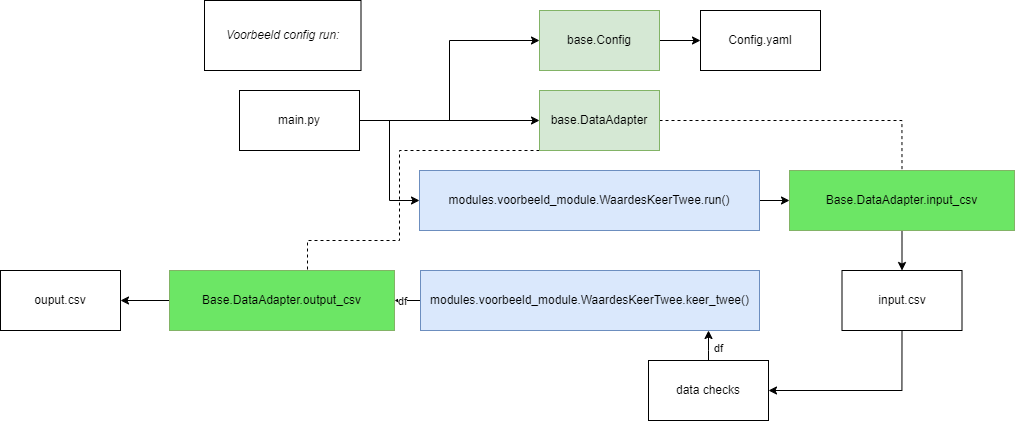
The draw.io diagram docs/assets/voorbeeld_config_csv.png in continu-inzicht/toolbox-continu-inzicht, before a commit. Source tidied: cells renumbered, new cells last; positions are measured from the earlier drawing's top-left corner, leaving out a move shared by most shapes.
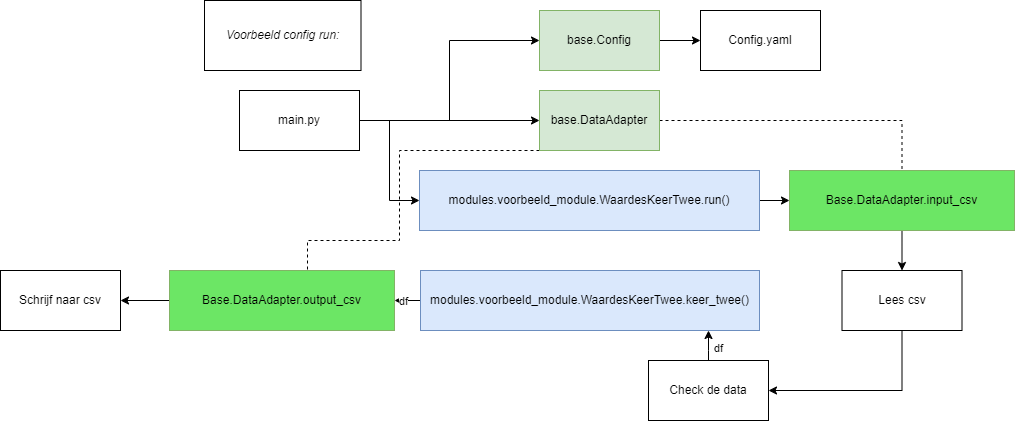
Later version of the same file.

Commit message:
extra voorbeeld en opschonen

What changed in the source:
```diff
@@ -70,7 +70,7 @@
     <mxCell id="19" style="edgeStyle=orthogonalEdgeStyle;rounded=0;jettySize=auto;html=1;exitX=0.5;exitY=1;exitDx=0;exitDy=0;entryX=1;entryY=0.5;entryDx=0;entryDy=0;" parent="1" edge="1" source="20" target="24">
       <mxGeometry relative="1" as="geometry" />
     </mxCell>
-    <mxCell id="20" value="&lt;span style=&quot;font-style: normal;&quot;&gt;input.csv&lt;/span&gt;" style="rounded=0;whiteSpace=wrap;html=1;fontStyle=2;" parent="1" vertex="1">
+    <mxCell id="20" value="&lt;span style=&quot;font-style: normal;&quot;&gt;Lees csv&lt;/span&gt;" style="rounded=0;whiteSpace=wrap;html=1;fontStyle=2;" parent="1" vertex="1">
       <mxGeometry x="841.5" y="270" width="120" height="60" as="geometry" />
     </mxCell>
     <mxCell id="21" style="edgeStyle=orthogonalEdgeStyle;rounded=0;jettySize=auto;html=1;exitX=0;exitY=0.5;exitDx=0;exitDy=0;" parent="1" edge="1" source="23" target="26">
@@ -82,7 +82,7 @@
     <mxCell id="23" value="&lt;div&gt;modules.voorbeeld_module.WaardesKeerTwee.keer_twee()&lt;/div&gt;" style="rounded=0;whiteSpace=wrap;html=1;fillColor=#dae8fc;strokeColor=#6c8ebf;" parent="1" vertex="1">
       <mxGeometry x="420" y="270" width="339" height="60" as="geometry" />
     </mxCell>
-    <mxCell id="24" value="&lt;span style=&quot;font-style: normal;&quot;&gt;data checks&lt;/span&gt;" style="rounded=0;whiteSpace=wrap;html=1;fontStyle=2;" parent="1" vertex="1">
+    <mxCell id="24" value="&lt;span style=&quot;font-style: normal;&quot;&gt;Check de data&lt;/span&gt;" style="rounded=0;whiteSpace=wrap;html=1;fontStyle=2;" parent="1" vertex="1">
       <mxGeometry x="648" y="360" width="120" height="60" as="geometry" />
     </mxCell>
     <mxCell id="25" style="edgeStyle=orthogonalEdgeStyle;rounded=0;jettySize=auto;html=1;exitX=0;exitY=0.5;exitDx=0;exitDy=0;" parent="1" edge="1" source="26" target="27">
@@ -91,7 +91,7 @@
     <mxCell id="26" value="&lt;span style=&quot;font-style: normal;&quot;&gt;Base.DataAdapter.output_csv&lt;/span&gt;" style="rounded=0;whiteSpace=wrap;html=1;fontStyle=2;fillColor=#6ce665;strokeColor=#82b366;" parent="1" vertex="1">
       <mxGeometry x="169" y="270" width="225" height="60" as="geometry" />
     </mxCell>
-    <mxCell id="27" value="&lt;span style=&quot;font-style: normal;&quot;&gt;ouput.csv&lt;/span&gt;" style="rounded=0;whiteSpace=wrap;html=1;fontStyle=2;" parent="1" vertex="1">
+    <mxCell id="27" value="&lt;span style=&quot;font-style: normal;&quot;&gt;Schrijf naar csv&lt;/span&gt;" style="rounded=0;whiteSpace=wrap;html=1;fontStyle=2;" parent="1" vertex="1">
       <mxGeometry y="270" width="120" height="60" as="geometry" />
     </mxCell>
   </root>
```
